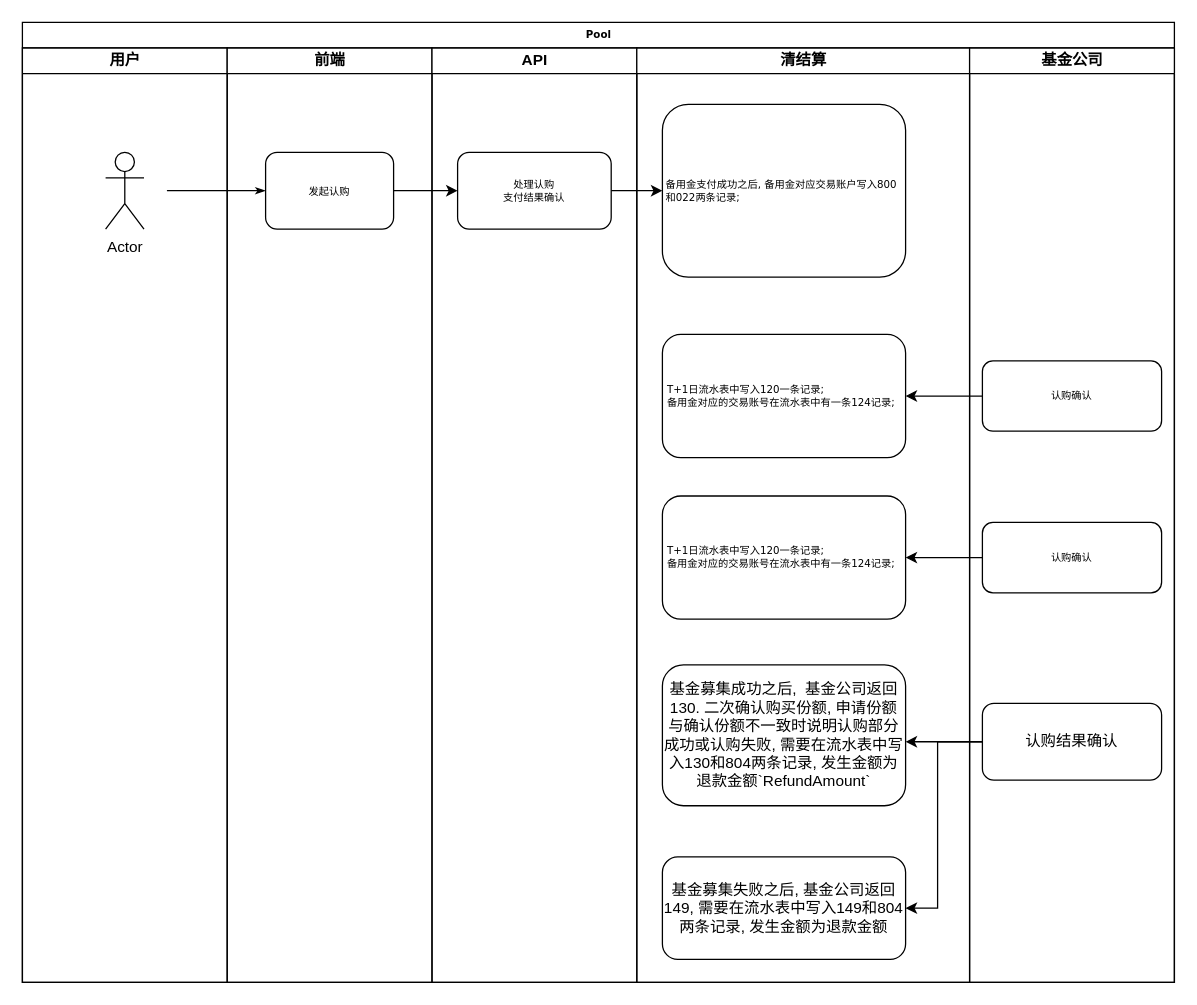
Earlier version of the draw.io diagram page "认购-备用金支付" (2 of 7) of 2.drawio (xieyx/flow). Source tidied: cells renumbered, new cells numbered last; positions are measured from the earlier drawing's top-left corner, leaving out a move shared by most shapes. Both pictures are drawn from the tidied source at 128%, with x=0, y=0 at pixel (22, 22).
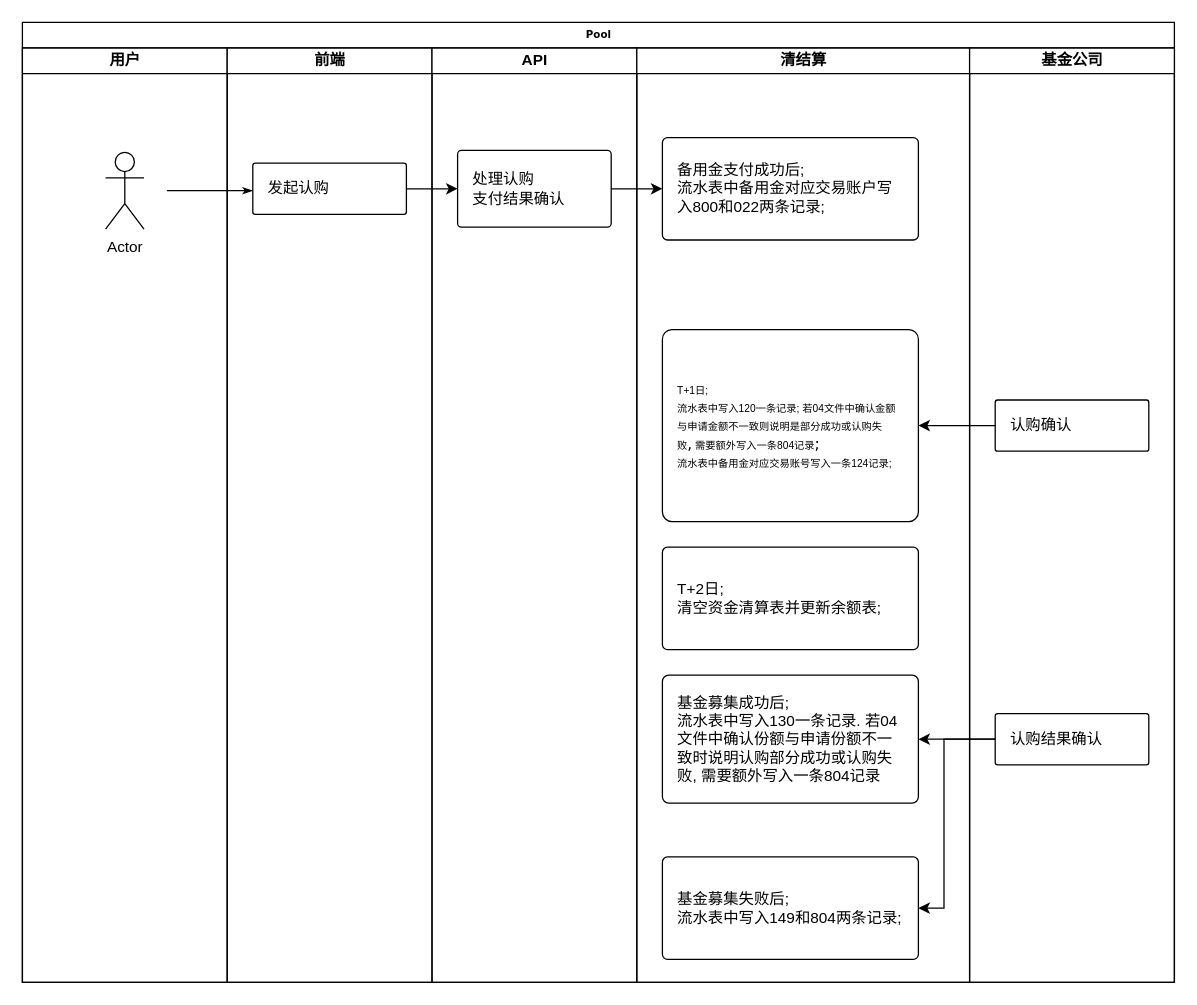
After the change.

Unchanged cells that the change refers to:
```xml
<mxCell id="2" value="Pool" style="swimlane;html=1;startSize=20;rounded=0;shadow=0;labelBackgroundColor=none;strokeWidth=1;fontFamily=Verdana;fontSize=8;align=center;" parent="1" vertex="1">
  <mxGeometry width="900" height="750" as="geometry" />
</mxCell>
<mxCell id="5" value="前端" style="swimlane;html=1;startSize=20;" parent="2" vertex="1">
  <mxGeometry x="160" y="20" width="160" height="730" as="geometry" />
</mxCell>
<mxCell id="7" value="API" style="swimlane;html=1;startSize=20;" parent="2" vertex="1">
  <mxGeometry x="320" y="20" width="160" height="730" as="geometry" />
</mxCell>
<mxCell id="12" value="清结算" style="swimlane;html=1;startSize=20;" parent="2" vertex="1">
  <mxGeometry x="480" y="20" width="260" height="730" as="geometry" />
</mxCell>
<mxCell id="18" value="基金公司" style="swimlane;html=1;startSize=20;" parent="2" vertex="1">
  <mxGeometry x="740" y="20" width="160" height="730" as="geometry" />
</mxCell>
```

Diff of the diagram source:
```diff
@@
-    <mxCell id="6" value="发起认购" style="rounded=1;whiteSpace=wrap;html=1;shadow=0;labelBackgroundColor=none;strokeWidth=1;fontFamily=Verdana;fontSize=8;align=center;" parent="5" vertex="1">
-      <mxGeometry x="30" y="81.5" width="100" height="60" as="geometry" />
+    <mxCell id="6" value="发起认购" style="rounded=1;whiteSpace=wrap;html=1;align=left;spacingLeft=2;spacingRight=2;spacing=10;arcSize=5;" parent="5" vertex="1">
+      <mxGeometry x="20" y="90" width="120" height="40" as="geometry" />
     </mxCell>
@@
-    <mxCell id="8" value="处理认购&lt;br&gt;支付结果确认&lt;br&gt;" style="rounded=1;whiteSpace=wrap;html=1;shadow=0;labelBackgroundColor=none;strokeWidth=1;fontFamily=Verdana;fontSize=8;align=center;" parent="7" vertex="1">
-      <mxGeometry x="20" y="81.5" width="120" height="60" as="geometry" />
+    <mxCell id="8" value="处理认购&lt;br&gt;支付结果确认&lt;br&gt;" style="rounded=1;whiteSpace=wrap;html=1;align=left;spacingLeft=2;spacingRight=2;spacing=10;arcSize=5;" parent="7" vertex="1">
+      <mxGeometry x="20" y="80" width="120" height="60" as="geometry" />
     </mxCell>
@@
-    <mxCell id="13" value="备用金支付成功之后, 备用金对应交易账户写入800和022两条记录;" style="rounded=1;whiteSpace=wrap;html=1;shadow=0;labelBackgroundColor=none;strokeWidth=1;fontFamily=Verdana;fontSize=8;align=left;spacingLeft=1;spacingRight=1;labelPosition=center;verticalLabelPosition=middle;verticalAlign=middle;" parent="12" vertex="1">
-      <mxGeometry x="20" y="44" width="190" height="135" as="geometry" />
+    <mxCell id="13" value="备用金支付成功后;&lt;br&gt;流水表中备用金对应交易账户写入800和022两条记录;" style="rounded=1;whiteSpace=wrap;html=1;align=left;spacingLeft=2;spacingRight=2;spacing=10;arcSize=5;" parent="12" vertex="1">
+      <mxGeometry x="20" y="70" width="200" height="80" as="geometry" />
     </mxCell>
-    <mxCell id="14" value="&lt;span style=&quot;font-size: 8px&quot;&gt;T+1日流水表中写入120一条记录;&lt;br&gt;备用金对应的交易账号在流水表中有一条124记录;&lt;/span&gt;" style="rounded=1;shadow=0;labelBackgroundColor=none;strokeWidth=1;fontFamily=Verdana;fontSize=8;align=left;spacingLeft=2;spacingRight=2;labelPosition=center;verticalLabelPosition=middle;verticalAlign=middle;whiteSpace=wrap;html=1;" parent="12" vertex="1">
-      <mxGeometry x="20" y="223.8" width="190" height="96.2" as="geometry" />
+    <mxCell id="14" value="&lt;span style=&quot;font-size: 8px&quot;&gt;T+1日;&lt;br&gt;流水表中写入120一条记录; 若04文件中确认金额与申请金额不一致则说明是部分成功或认购失败&lt;/span&gt;&lt;span style=&quot;font-family: &amp;#34;verdana&amp;#34;&quot;&gt;,&lt;/span&gt;&lt;span style=&quot;font-family: &amp;#34;helvetica&amp;#34; ; font-size: 12px&quot;&gt;&lt;span style=&quot;font-size: 8px&quot;&gt;&amp;nbsp;需要&lt;/span&gt;&lt;/span&gt;&lt;span style=&quot;font-family: &amp;#34;helvetica&amp;#34; ; font-size: 12px&quot;&gt;&lt;span style=&quot;font-size: 8px&quot;&gt;额外写入一条804记录&lt;/span&gt;&lt;/span&gt;&lt;span style=&quot;font-family: &amp;#34;verdana&amp;#34;&quot;&gt;;&lt;/span&gt;&lt;span style=&quot;font-size: 8px&quot;&gt;&lt;br&gt;流水表中备用金对应交易账号写入一条124记录;&lt;/span&gt;" style="rounded=1;whiteSpace=wrap;html=1;align=left;spacingLeft=2;spacingRight=2;spacing=10;arcSize=5;" parent="12" vertex="1">
+      <mxGeometry x="20" y="220" width="200" height="150" as="geometry" />
     </mxCell>
-    <mxCell id="15" value="基金募集成功之后,&amp;nbsp; 基金公司返回130. 二次确认购买份额, 申请份额与确认份额不一致时说明认购部分成功或认购失败, 需要在流水表中写入130和804两条记录, 发生金额为退款金额`RefundAmount`" style="rounded=1;whiteSpace=wrap;html=1;align=center;" parent="12" vertex="1">
-      <mxGeometry x="20" y="482" width="190" height="110" as="geometry" />
+    <mxCell id="15" value="基金募集成功后;&lt;br&gt;流水表中写入130一条记录. 若04文件中确认份额与申请份额不一致时说明认购部分成功或认购失败, 需要额外写入一条804记录" style="rounded=1;whiteSpace=wrap;html=1;align=left;spacingLeft=2;spacingRight=2;spacing=10;arcSize=5;" parent="12" vertex="1">
+      <mxGeometry x="20" y="490" width="200" height="100" as="geometry" />
     </mxCell>
-    <mxCell id="16" value="基金募集失败之后, 基金公司返回149, 需要在流水表中写入149和804两条记录, 发生金额为退款金额" style="rounded=1;whiteSpace=wrap;html=1;align=center;" parent="12" vertex="1">
-      <mxGeometry x="20" y="632" width="190" height="80" as="geometry" />
+    <mxCell id="16" value="基金募集失败后;&lt;br&gt;流水表中写入149和804两条记录;" style="rounded=1;whiteSpace=wrap;html=1;align=left;spacingLeft=2;spacingRight=2;spacing=10;arcSize=5;" parent="12" vertex="1">
+      <mxGeometry x="20" y="632" width="200" height="80" as="geometry" />
     </mxCell>
-    <mxCell id="17" value="&lt;span style=&quot;font-size: 8px&quot;&gt;T+1日流水表中写入120一条记录;&lt;br&gt;备用金对应的交易账号在流水表中有一条124记录;&lt;/span&gt;" style="rounded=1;shadow=0;labelBackgroundColor=none;strokeWidth=1;fontFamily=Verdana;fontSize=8;align=left;spacingLeft=2;spacingRight=2;labelPosition=center;verticalLabelPosition=middle;verticalAlign=middle;whiteSpace=wrap;html=1;" parent="12" vertex="1">
-      <mxGeometry x="20" y="350" width="190" height="96.2" as="geometry" />
-    </mxCell>
+    <mxCell id="28" value="T+2日;&lt;br&gt;清空资金清算表并更新余额表;" style="rounded=1;whiteSpace=wrap;html=1;align=left;spacingLeft=2;spacingRight=2;spacing=10;arcSize=5;" parent="12" vertex="1">
+      <mxGeometry x="20" y="390" width="200" height="80" as="geometry" />
+    </mxCell>
@@
-    <mxCell id="19" value="认购确认" style="rounded=1;whiteSpace=wrap;html=1;shadow=0;labelBackgroundColor=none;strokeWidth=1;fontFamily=Verdana;fontSize=8;align=center;spacingLeft=1;spacingRight=1;labelPosition=center;verticalLabelPosition=middle;verticalAlign=middle;" parent="18" vertex="1">
-      <mxGeometry x="10" y="244.4" width="140" height="55" as="geometry" />
+    <mxCell id="19" value="认购确认" style="rounded=1;whiteSpace=wrap;html=1;align=left;spacingLeft=2;spacingRight=2;spacing=10;arcSize=5;" parent="18" vertex="1">
+      <mxGeometry x="20" y="275" width="120" height="40" as="geometry" />
     </mxCell>
@@
-    <mxCell id="21" value="认购结果确认" style="rounded=1;whiteSpace=wrap;html=1;align=center;" parent="18" vertex="1">
-      <mxGeometry x="10" y="512" width="140" height="60" as="geometry" />
+    <mxCell id="21" value="认购结果确认" style="rounded=1;whiteSpace=wrap;html=1;align=left;spacingLeft=2;spacingRight=2;spacing=10;arcSize=5;" parent="18" vertex="1">
+      <mxGeometry x="20" y="520" width="120" height="40" as="geometry" />
     </mxCell>
-    <mxCell id="22" value="认购确认" style="rounded=1;whiteSpace=wrap;html=1;shadow=0;labelBackgroundColor=none;strokeWidth=1;fontFamily=Verdana;fontSize=8;align=center;spacingLeft=1;spacingRight=1;labelPosition=center;verticalLabelPosition=middle;verticalAlign=middle;" parent="18" vertex="1">
-      <mxGeometry x="10" y="370.6" width="140" height="55" as="geometry" />
-    </mxCell>
-    <mxCell id="23" style="edgeStyle=orthogonalEdgeStyle;rounded=0;orthogonalLoop=1;jettySize=auto;html=1;exitX=0.5;exitY=1;exitDx=0;exitDy=0;" parent="18" edge="1" source="22" target="22">
-      <mxGeometry relative="1" as="geometry" />
+    <mxCell id="23" style="edgeStyle=orthogonalEdgeStyle;rounded=0;orthogonalLoop=1;jettySize=auto;html=1;exitX=0.5;exitY=1;exitDx=0;exitDy=0;" parent="18" edge="1">
+      <mxGeometry relative="1" as="geometry">
+        <mxPoint x="80" y="425.6" as="sourcePoint" />
+        <mxPoint x="80" y="425.6" as="targetPoint" />
+      </mxGeometry>
     </mxCell>
-    <mxCell id="24" style="edgeStyle=orthogonalEdgeStyle;rounded=0;jettySize=auto;html=1;" parent="2" edge="1" source="19" target="14">
+    <mxCell id="24" style="edgeStyle=orthogonalEdgeStyle;rounded=0;jettySize=auto;html=1;exitX=0;exitY=0.5;exitDx=0;exitDy=0;entryX=1;entryY=0.5;entryDx=0;entryDy=0;" parent="2" edge="1" source="19" target="14">
       <mxGeometry relative="1" as="geometry">
         <Array as="points">
-          <mxPoint x="690" y="317" />
-          <mxPoint x="690" y="317" />
+          <mxPoint x="760" y="315" />
         </Array>
       </mxGeometry>
     </mxCell>
@@
-    <mxCell id="26" style="edgeStyle=orthogonalEdgeStyle;rounded=0;jettySize=auto;html=1;entryX=1;entryY=0.5;entryDx=0;entryDy=0;" parent="2" edge="1" source="21" target="16">
+    <mxCell id="26" style="edgeStyle=orthogonalEdgeStyle;rounded=0;jettySize=auto;html=1;entryX=1;entryY=0.5;entryDx=0;entryDy=0;exitX=0;exitY=0.5;exitDx=0;exitDy=0;" parent="2" edge="1" source="21" target="16">
       <mxGeometry relative="1" as="geometry">
         <Array as="points">
-          <mxPoint x="715" y="562" />
-          <mxPoint x="715" y="692" />
+          <mxPoint x="720" y="560" />
+          <mxPoint x="720" y="692" />
         </Array>
       </mxGeometry>
     </mxCell>
-    <mxCell id="27" style="edgeStyle=orthogonalEdgeStyle;rounded=0;jettySize=auto;html=1;" parent="2" edge="1" source="22" target="17">
-      <mxGeometry relative="1" as="geometry">
-        <Array as="points">
-          <mxPoint x="710" y="418" />
-          <mxPoint x="710" y="418" />
-        </Array>
-      </mxGeometry>
-    </mxCell>
```
